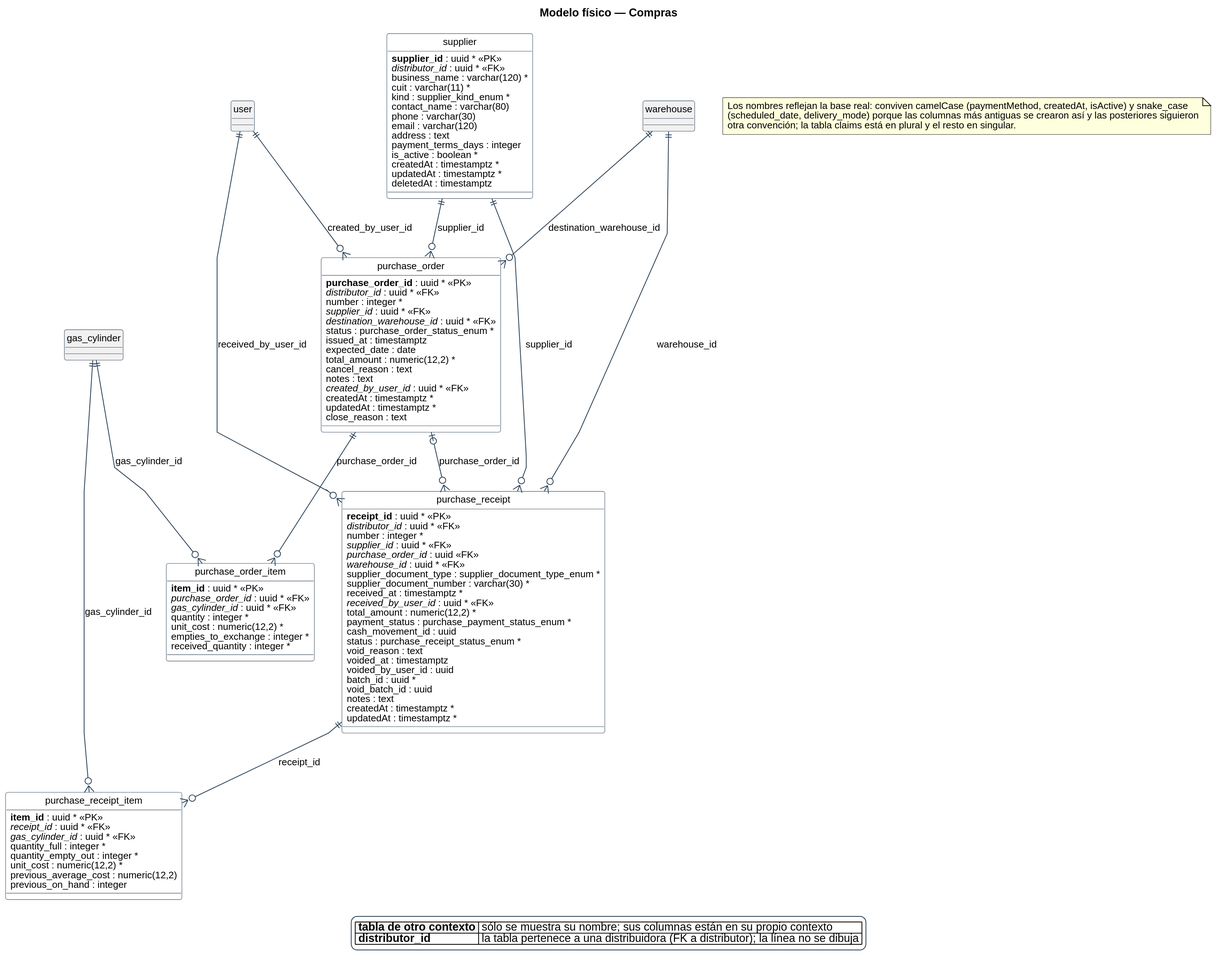
The PlantUML diagram diagramas/base-de-datos/fisico/SPLG-fisico-12-compras.svg in Nahuelito-Dev/splg-docs, before a commit.
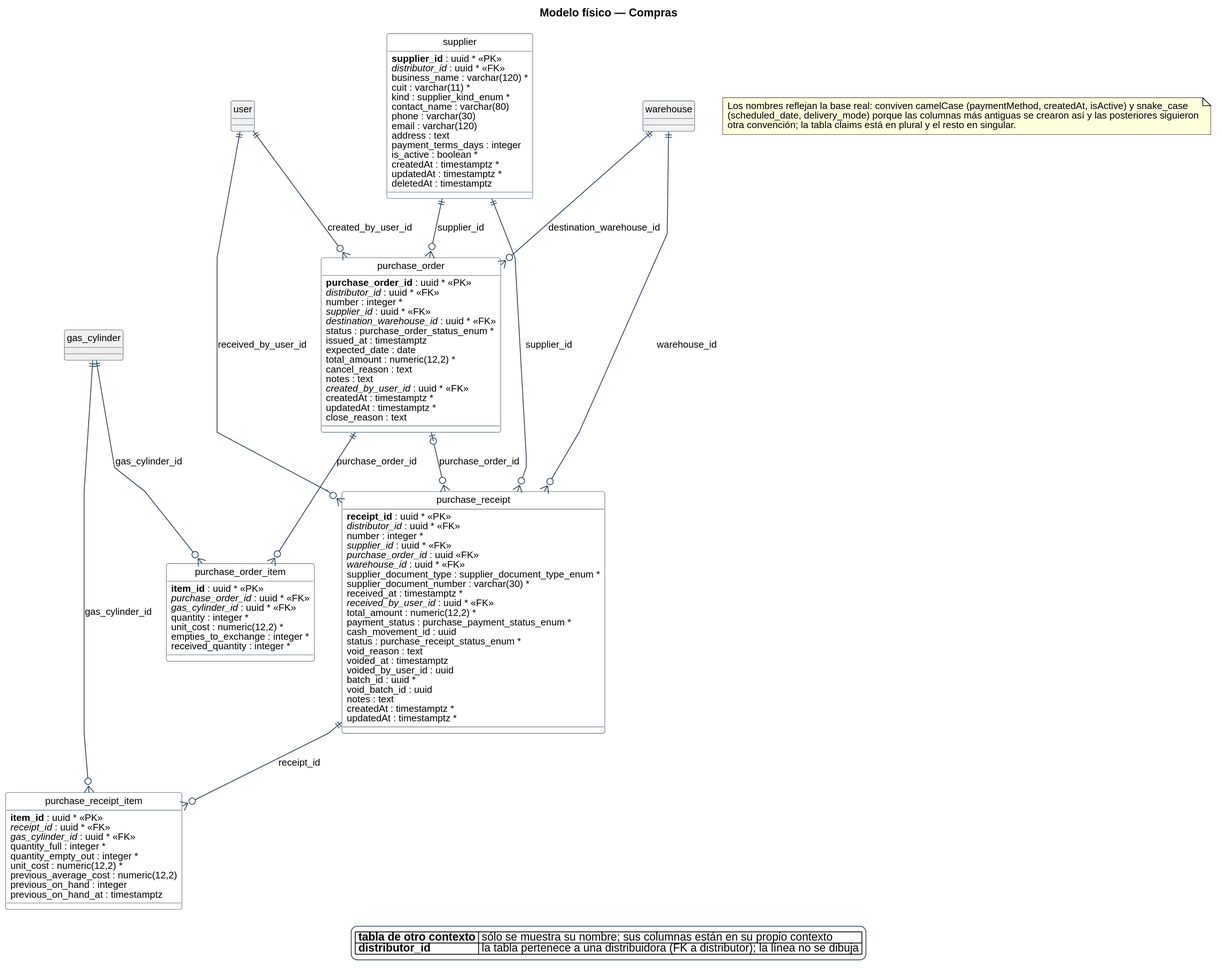
Above is the later version.

The edit, as a diff of the source:
```diff
@@ -105,6 +105,7 @@
   {field} unit_cost : numeric(12,2) *
   {field} previous_average_cost : numeric(12,2)
   {field} previous_on_hand : integer
+  {field} previous_on_hand_at : timestamptz
 }
 entity "user" as e_user #F1F1F1 {
 }
```
